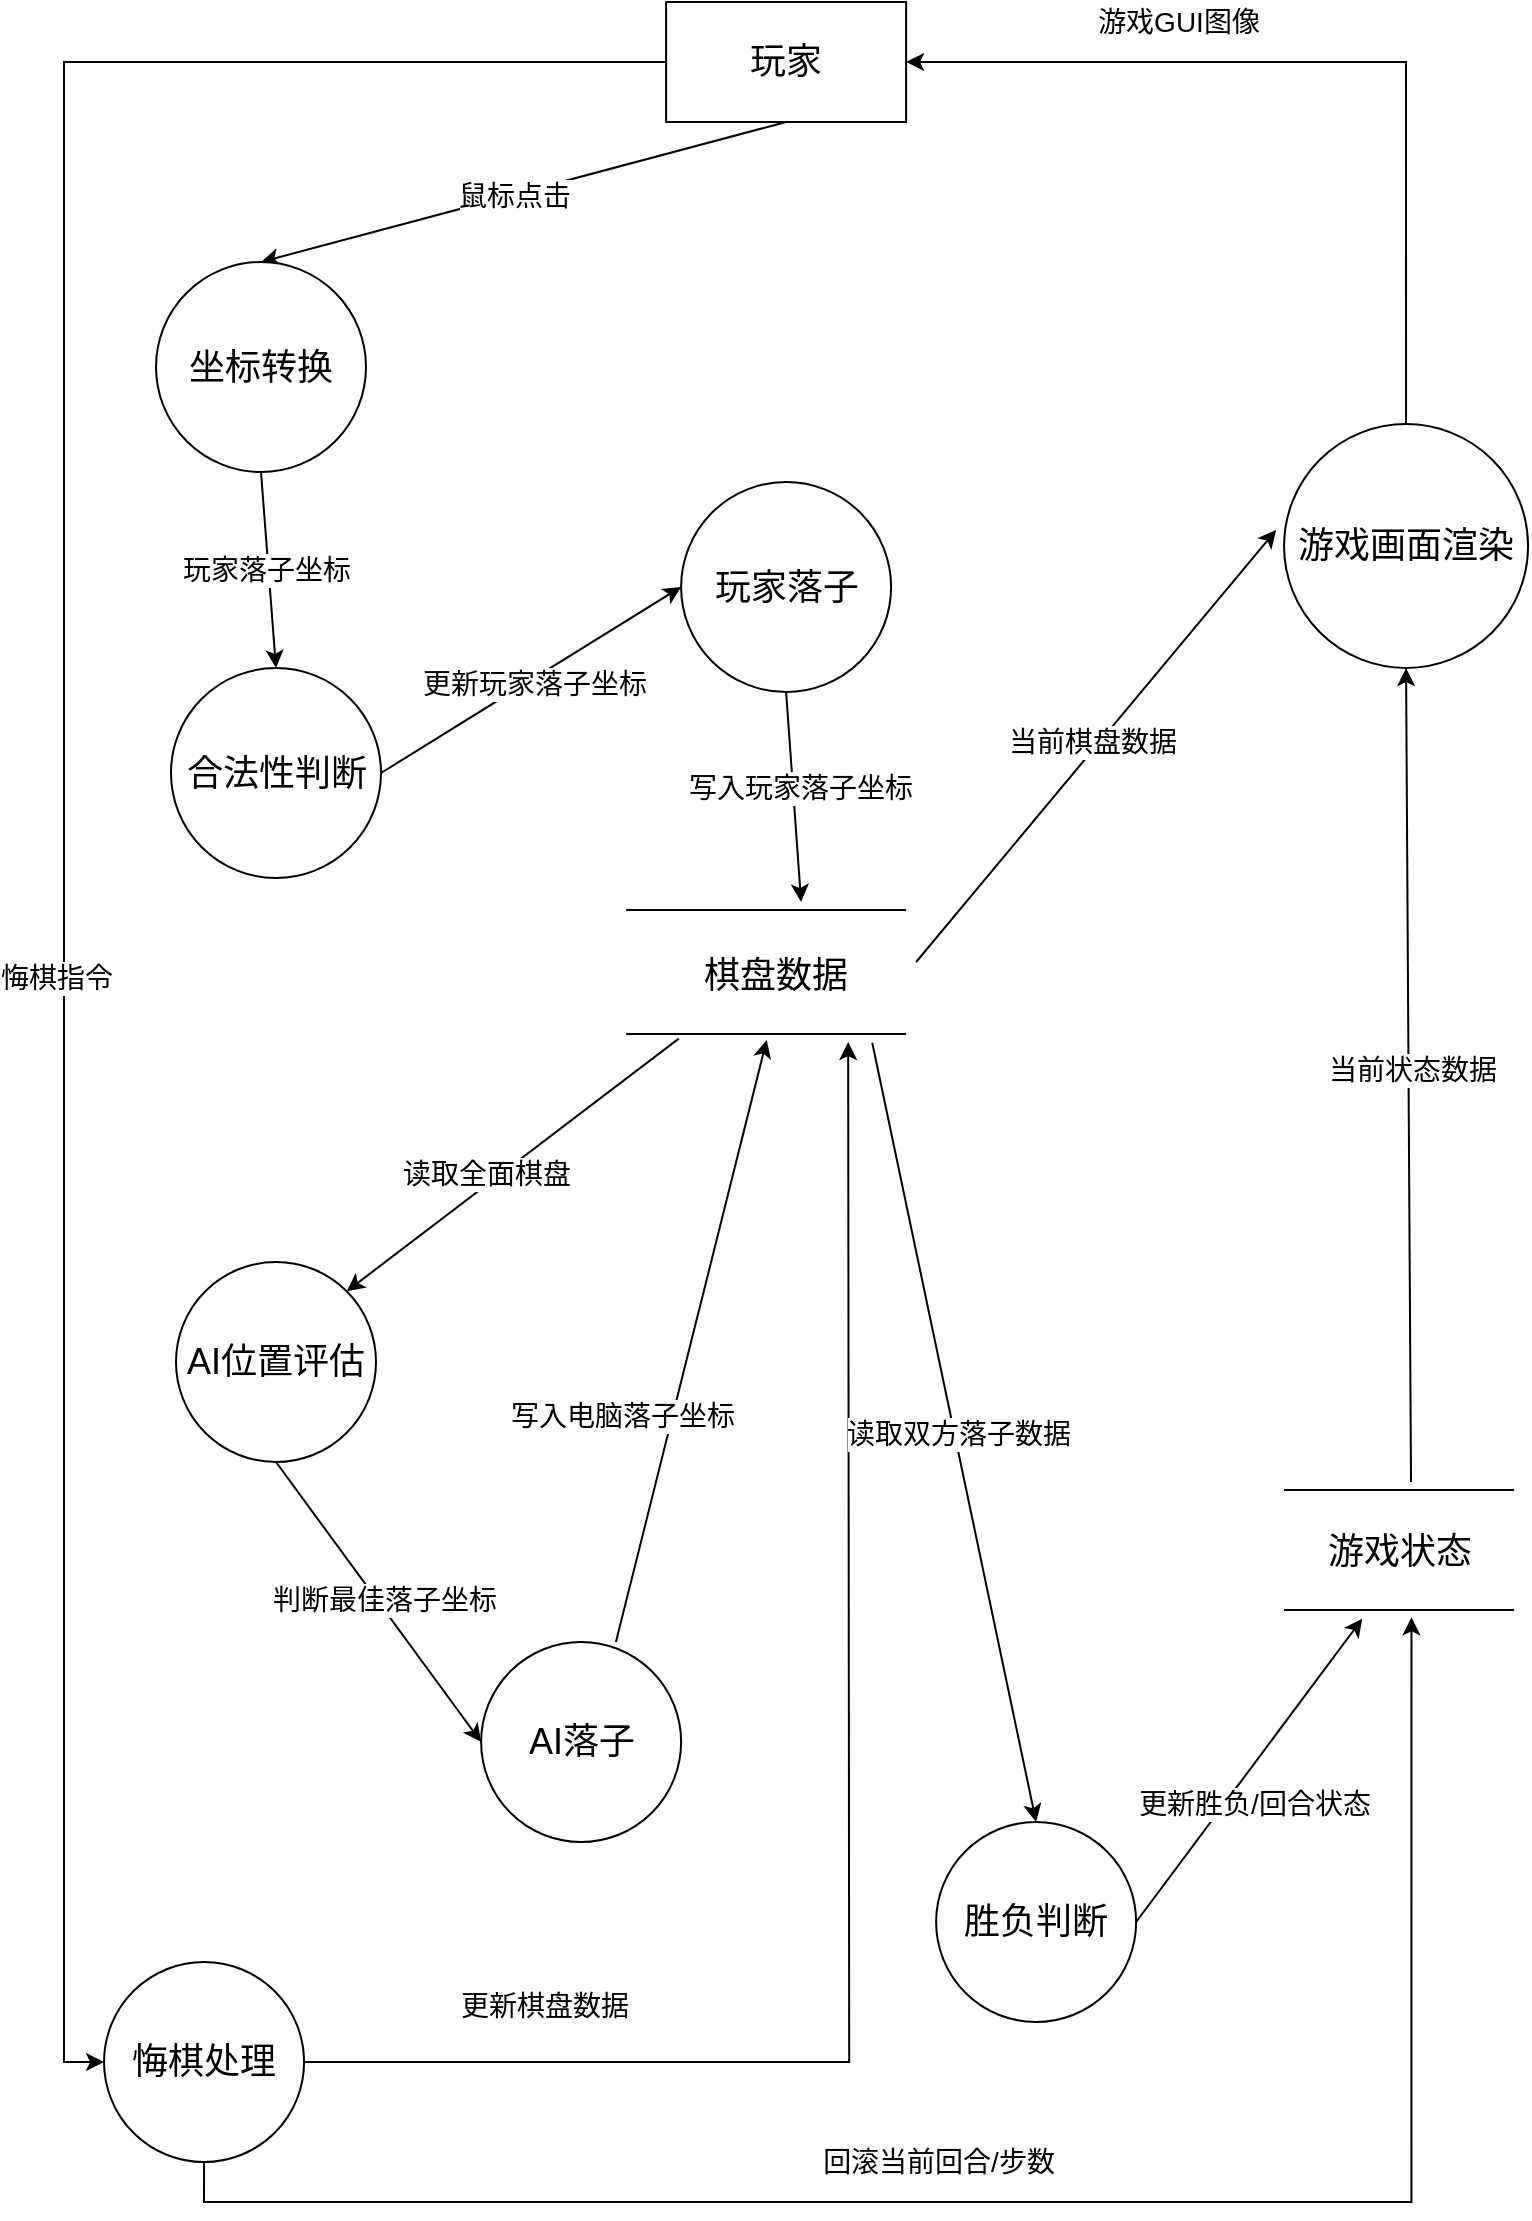
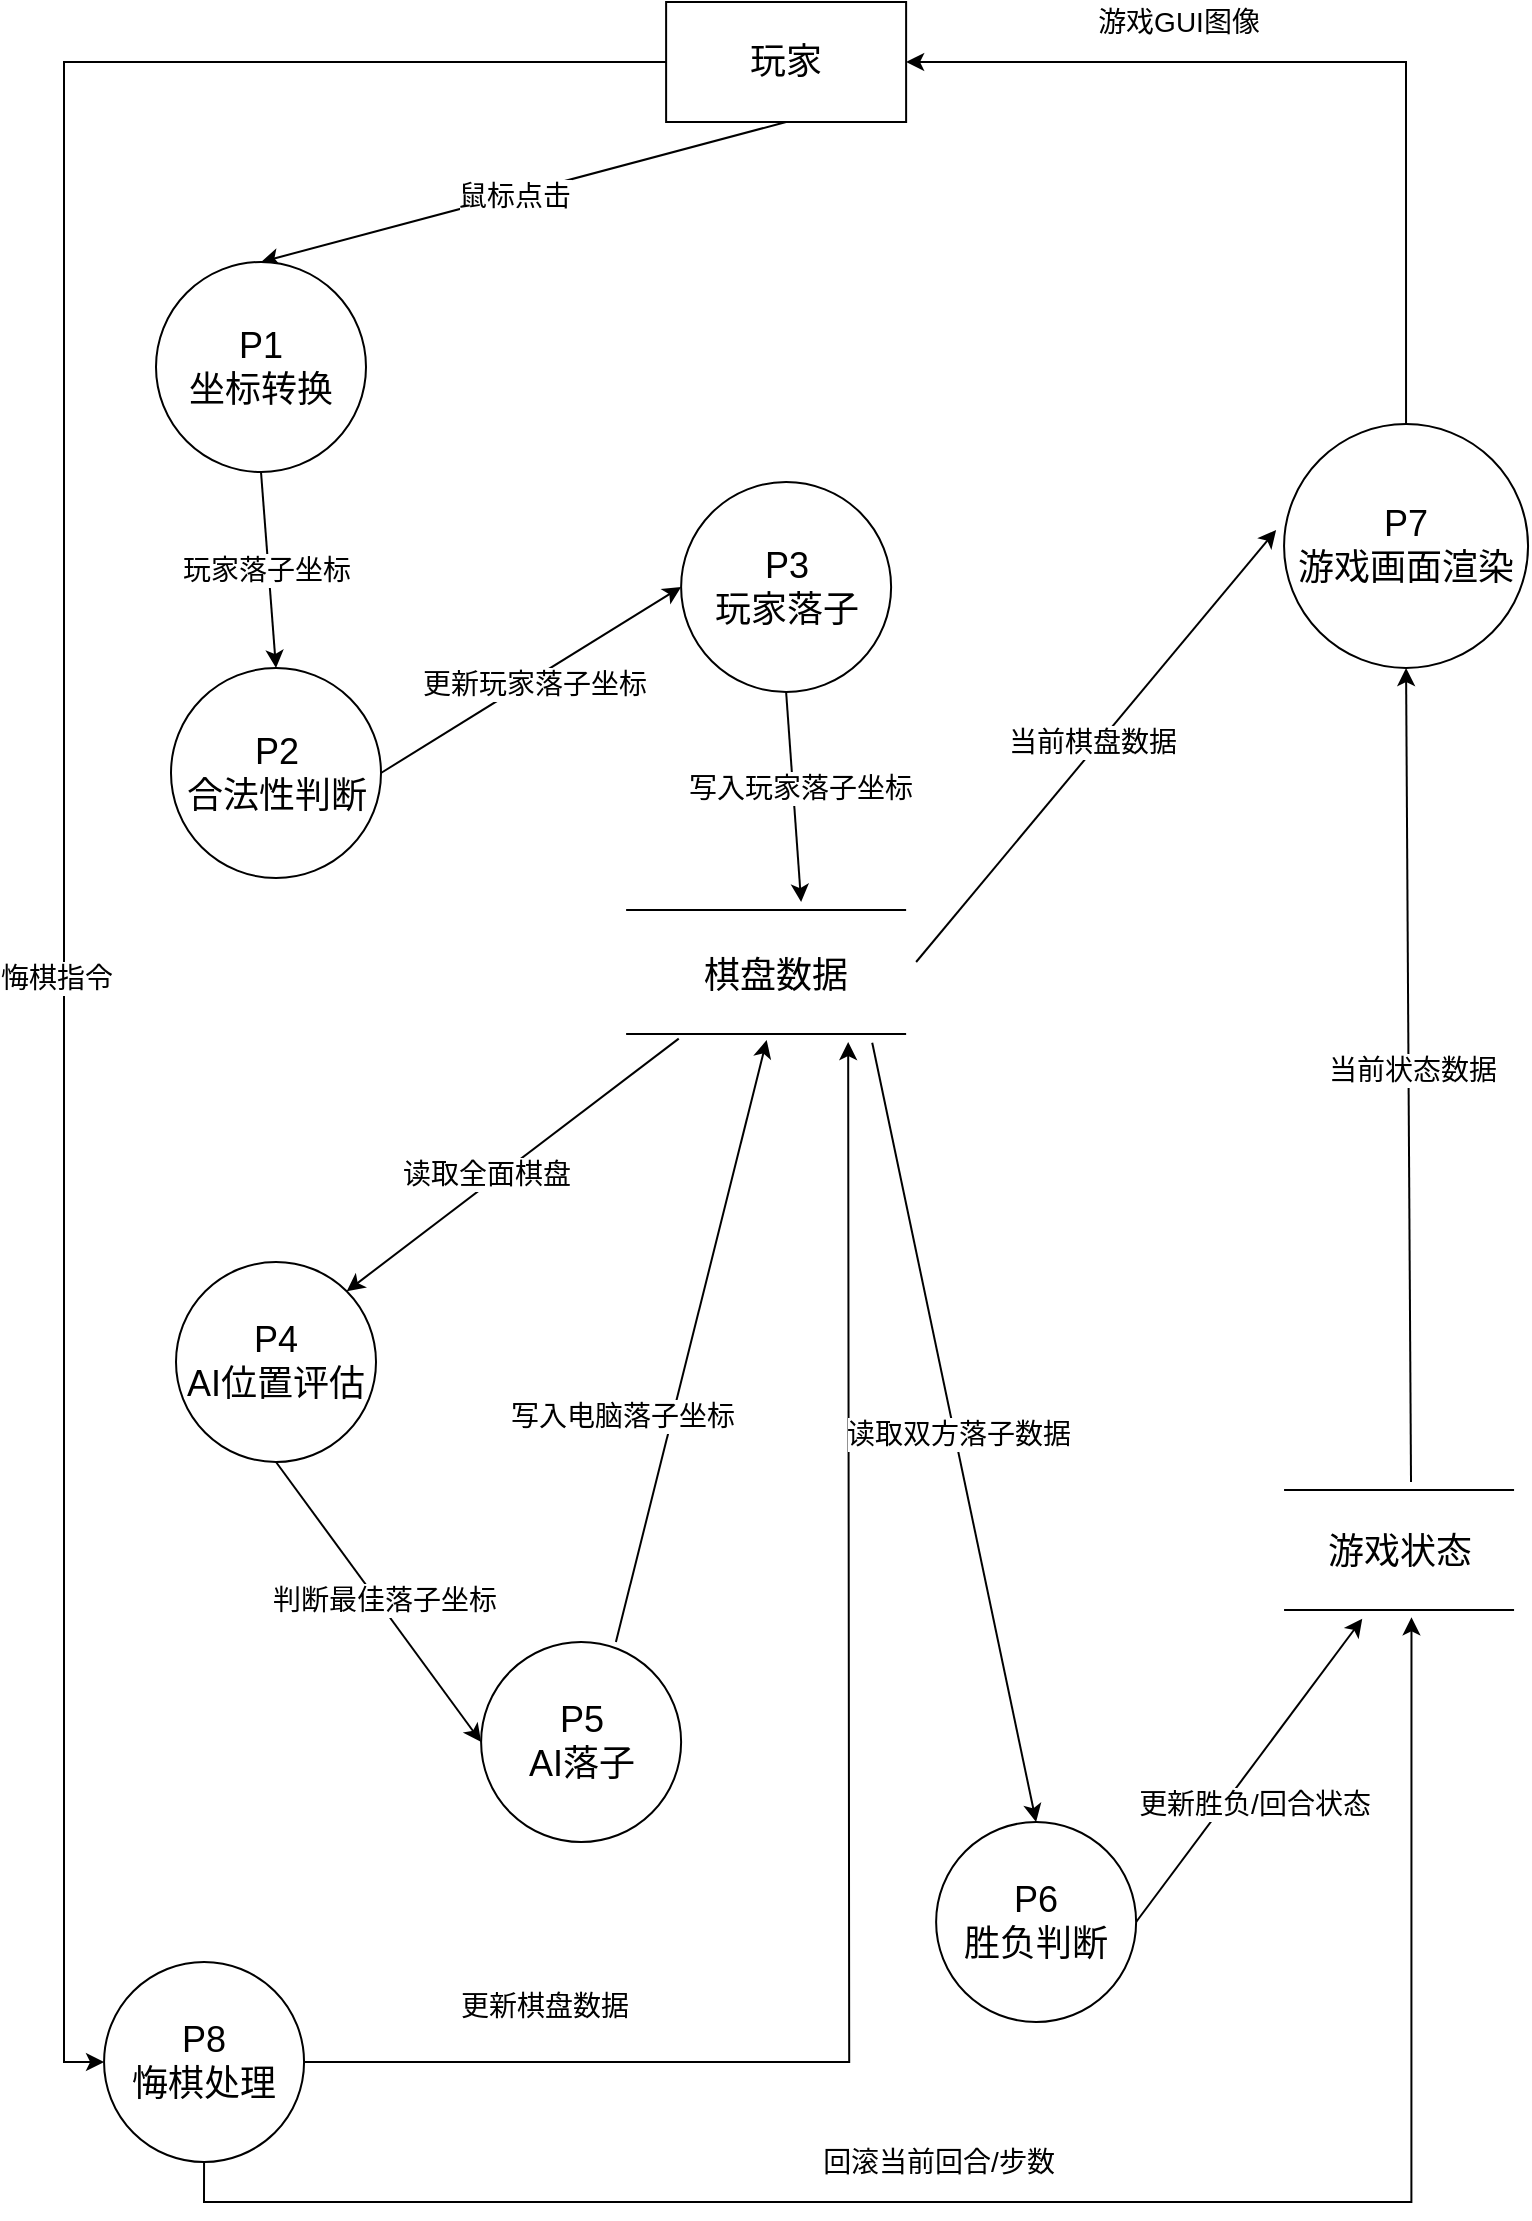
<mxfile host="app.diagrams.net">
  <diagram name="Page-1" id="hryGj0KzSXnJhMcqTr9-">
-     <mxGraphModel dx="1716" dy="1179" grid="1" gridSize="10" guides="1" tooltips="1" connect="1" arrows="1" fold="1" page="1" pageScale="1" pageWidth="827" pageHeight="1169" math="0" shadow="0">
+     <mxGraphModel dx="2054" dy="1198" grid="1" gridSize="10" guides="1" tooltips="1" connect="1" arrows="1" fold="1" page="1" pageScale="1" pageWidth="827" pageHeight="1169" math="0" shadow="0">
      <root>
        <mxCell id="0" />
        <mxCell id="1" parent="0" />
        <mxCell id="fDHwApNMCYBN-XmplwMt-11" edge="1" parent="1" source="fDHwApNMCYBN-XmplwMt-3" style="rounded=0;orthogonalLoop=1;jettySize=auto;html=1;exitX=0.5;exitY=1;exitDx=0;exitDy=0;entryX=0.5;entryY=0;entryDx=0;entryDy=0;" target="SoA14i47H3jGXmkj97EN-22">
          <mxGeometry relative="1" as="geometry">
            <mxPoint x="94.03" y="280" as="targetPoint" />
          </mxGeometry>
        </mxCell>
        <mxCell id="fDHwApNMCYBN-XmplwMt-12" connectable="0" parent="fDHwApNMCYBN-XmplwMt-11" style="edgeLabel;html=1;align=center;verticalAlign=middle;resizable=0;points=[];" value="&lt;font style=&quot;font-size: 14px;&quot;&gt;鼠标点击&lt;/font&gt;" vertex="1">
          <mxGeometry relative="1" x="0.0364" as="geometry">
            <mxPoint as="offset" />
          </mxGeometry>
        </mxCell>
        <mxCell id="SoA14i47H3jGXmkj97EN-53" edge="1" parent="1" source="fDHwApNMCYBN-XmplwMt-3" style="edgeStyle=orthogonalEdgeStyle;rounded=0;orthogonalLoop=1;jettySize=auto;html=1;exitX=0;exitY=0.5;exitDx=0;exitDy=0;entryX=0;entryY=0.5;entryDx=0;entryDy=0;" target="SoA14i47H3jGXmkj97EN-41">
          <mxGeometry relative="1" as="geometry" />
        </mxCell>
        <mxCell id="SoA14i47H3jGXmkj97EN-54" connectable="0" parent="SoA14i47H3jGXmkj97EN-53" style="edgeLabel;html=1;align=center;verticalAlign=middle;resizable=0;points=[];" value="&lt;font style=&quot;font-size: 14px;&quot;&gt;悔棋指令&lt;/font&gt;" vertex="1">
          <mxGeometry relative="1" x="-0.1018" y="-4" as="geometry">
            <mxPoint y="165" as="offset" />
          </mxGeometry>
        </mxCell>
        <mxCell id="fDHwApNMCYBN-XmplwMt-3" parent="1" style="rounded=0;whiteSpace=wrap;html=1;" value="&lt;font style=&quot;font-size: 18px;&quot;&gt;玩家&lt;/font&gt;" vertex="1">
          <mxGeometry height="60" width="120" x="355.05999999999995" y="30" as="geometry" />
        </mxCell>
        <mxCell id="SoA14i47H3jGXmkj97EN-37" edge="1" parent="1" source="SoA14i47H3jGXmkj97EN-64" style="edgeStyle=orthogonalEdgeStyle;rounded=0;orthogonalLoop=1;jettySize=auto;html=1;exitX=0.5;exitY=0;exitDx=0;exitDy=0;entryX=1;entryY=0.5;entryDx=0;entryDy=0;" target="fDHwApNMCYBN-XmplwMt-3">
          <mxGeometry relative="1" as="geometry">
            <mxPoint x="724.0300000000001" y="278" as="sourcePoint" />
            <mxPoint x="724.0300000000002" y="170" as="targetPoint" />
          </mxGeometry>
        </mxCell>
        <mxCell id="SoA14i47H3jGXmkj97EN-38" connectable="0" parent="SoA14i47H3jGXmkj97EN-37" style="edgeLabel;html=1;align=center;verticalAlign=middle;resizable=0;points=[];" value="&lt;font style=&quot;font-size: 14px;&quot;&gt;游戏GUI图像&lt;/font&gt;" vertex="1">
          <mxGeometry relative="1" x="0.0741" as="geometry">
            <mxPoint x="-64" y="-20" as="offset" />
          </mxGeometry>
        </mxCell>
        <mxCell id="SoA14i47H3jGXmkj97EN-14" edge="1" parent="1" source="SoA14i47H3jGXmkj97EN-28" style="endArrow=classic;html=1;rounded=0;exitX=0.188;exitY=0.792;exitDx=0;exitDy=0;exitPerimeter=0;entryX=1;entryY=0;entryDx=0;entryDy=0;" target="SoA14i47H3jGXmkj97EN-23" value="">
          <mxGeometry height="50" relative="1" width="50" as="geometry">
            <mxPoint x="368.4000000000001" y="338.00399999999996" as="sourcePoint" />
            <mxPoint x="178.56" y="450" as="targetPoint" />
          </mxGeometry>
        </mxCell>
        <mxCell id="SoA14i47H3jGXmkj97EN-15" connectable="0" parent="SoA14i47H3jGXmkj97EN-14" style="edgeLabel;html=1;align=center;verticalAlign=middle;resizable=0;points=[];" value="&lt;font style=&quot;font-size: 14px;&quot;&gt;读取全面棋盘&lt;/font&gt;" vertex="1">
          <mxGeometry relative="1" x="-0.1782" as="geometry">
            <mxPoint x="-29" y="16" as="offset" />
          </mxGeometry>
        </mxCell>
        <mxCell id="SoA14i47H3jGXmkj97EN-16" edge="1" parent="1" style="endArrow=classic;html=1;rounded=0;" value="">
          <mxGeometry height="50" relative="1" width="50" as="geometry">
            <mxPoint x="480.06" y="510" as="sourcePoint" />
            <mxPoint x="660.0600000000001" y="294" as="targetPoint" />
          </mxGeometry>
        </mxCell>
        <mxCell id="SoA14i47H3jGXmkj97EN-17" connectable="0" parent="SoA14i47H3jGXmkj97EN-16" style="edgeLabel;html=1;align=center;verticalAlign=middle;resizable=0;points=[];" value="&lt;span style=&quot;font-size: 14px;&quot;&gt;当前棋盘数据&lt;/span&gt;" vertex="1">
          <mxGeometry relative="1" x="0.0202" y="1" as="geometry">
            <mxPoint x="-3" y="1" as="offset" />
          </mxGeometry>
        </mxCell>
        <mxCell id="SoA14i47H3jGXmkj97EN-85" edge="1" parent="1" source="SoA14i47H3jGXmkj97EN-22" style="rounded=0;orthogonalLoop=1;jettySize=auto;html=1;exitX=0.5;exitY=1;exitDx=0;exitDy=0;entryX=0.5;entryY=0;entryDx=0;entryDy=0;" target="SoA14i47H3jGXmkj97EN-84">
          <mxGeometry relative="1" as="geometry" />
        </mxCell>
        <mxCell id="SoA14i47H3jGXmkj97EN-86" connectable="0" parent="SoA14i47H3jGXmkj97EN-85" style="edgeLabel;html=1;align=center;verticalAlign=middle;resizable=0;points=[];" value="&lt;font style=&quot;font-size: 14px;&quot;&gt;玩家落子坐标&lt;/font&gt;" vertex="1">
          <mxGeometry relative="1" x="0.004" y="-2" as="geometry">
            <mxPoint y="-1" as="offset" />
          </mxGeometry>
        </mxCell>
-         <mxCell id="SoA14i47H3jGXmkj97EN-22" parent="1" style="ellipse;whiteSpace=wrap;html=1;aspect=fixed;" value="&lt;font style=&quot;font-size: 18px;&quot;&gt;坐标转换&lt;/font&gt;" vertex="1">
+         <mxCell id="SoA14i47H3jGXmkj97EN-22" parent="1" style="ellipse;whiteSpace=wrap;html=1;aspect=fixed;" value="&lt;font style=&quot;font-size: 18px;&quot;&gt;P1&lt;/font&gt;&lt;div&gt;&lt;font style=&quot;font-size: 18px;&quot;&gt;坐标转换&lt;/font&gt;&lt;/div&gt;" vertex="1">
          <mxGeometry height="105" width="105" x="100" y="160" as="geometry" />
        </mxCell>
-         <mxCell id="SoA14i47H3jGXmkj97EN-23" parent="1" style="ellipse;whiteSpace=wrap;html=1;aspect=fixed;" value="&lt;font style=&quot;font-size: 18px;&quot;&gt;AI位置评估&lt;/font&gt;" vertex="1">
+         <mxCell id="SoA14i47H3jGXmkj97EN-23" parent="1" style="ellipse;whiteSpace=wrap;html=1;aspect=fixed;" value="&lt;font style=&quot;font-size: 18px;&quot;&gt;P4&lt;/font&gt;&lt;div&gt;&lt;font style=&quot;font-size: 18px;&quot;&gt;AI位置评估&lt;/font&gt;&lt;/div&gt;" vertex="1">
          <mxGeometry height="100" width="100" x="110" y="660" as="geometry" />
        </mxCell>
-         <mxCell id="SoA14i47H3jGXmkj97EN-24" parent="1" style="ellipse;whiteSpace=wrap;html=1;aspect=fixed;" value="&lt;font style=&quot;font-size: 18px;&quot;&gt;AI落子&lt;/font&gt;" vertex="1">
+         <mxCell id="SoA14i47H3jGXmkj97EN-24" parent="1" style="ellipse;whiteSpace=wrap;html=1;aspect=fixed;" value="&lt;font style=&quot;font-size: 18px;&quot;&gt;P5&lt;/font&gt;&lt;div&gt;&lt;font style=&quot;font-size: 18px;&quot;&gt;AI落子&lt;/font&gt;&lt;/div&gt;" vertex="1">
          <mxGeometry height="100" width="100" x="262.56" y="850" as="geometry" />
        </mxCell>
        <mxCell id="SoA14i47H3jGXmkj97EN-60" edge="1" parent="1" source="SoA14i47H3jGXmkj97EN-25" style="rounded=0;orthogonalLoop=1;jettySize=auto;html=1;exitX=1;exitY=0.5;exitDx=0;exitDy=0;entryX=0.34;entryY=1.051;entryDx=0;entryDy=0;entryPerimeter=0;" target="SoA14i47H3jGXmkj97EN-50">
          <mxGeometry relative="1" as="geometry">
            <mxPoint x="700.0600000000001" y="710" as="targetPoint" />
          </mxGeometry>
        </mxCell>
        <mxCell id="SoA14i47H3jGXmkj97EN-61" connectable="0" parent="SoA14i47H3jGXmkj97EN-60" style="edgeLabel;html=1;align=center;verticalAlign=middle;resizable=0;points=[];" value="&lt;font style=&quot;font-size: 14px;&quot;&gt;更新胜负/回合状态&lt;/font&gt;" vertex="1">
          <mxGeometry relative="1" x="-0.1486" y="-2" as="geometry">
            <mxPoint x="9" y="4" as="offset" />
          </mxGeometry>
        </mxCell>
-         <mxCell id="SoA14i47H3jGXmkj97EN-25" parent="1" style="ellipse;whiteSpace=wrap;html=1;aspect=fixed;" value="&lt;font style=&quot;font-size: 18px;&quot;&gt;胜负判断&lt;/font&gt;" vertex="1">
+         <mxCell id="SoA14i47H3jGXmkj97EN-25" parent="1" style="ellipse;whiteSpace=wrap;html=1;aspect=fixed;" value="&lt;font style=&quot;font-size: 18px;&quot;&gt;P6&lt;/font&gt;&lt;div&gt;&lt;font style=&quot;font-size: 18px;&quot;&gt;胜负判断&lt;/font&gt;&lt;/div&gt;" vertex="1">
          <mxGeometry height="100" width="100" x="490.06" y="940" as="geometry" />
        </mxCell>
        <mxCell id="SoA14i47H3jGXmkj97EN-27" parent="1" style="line;strokeWidth=1;fillColor=none;align=left;verticalAlign=middle;spacingTop=-1;spacingLeft=3;spacingRight=3;rotatable=0;labelPosition=right;points=[];portConstraint=eastwest;strokeColor=inherit;" value="" vertex="1">
          <mxGeometry height="8" width="140" x="335.06" y="480" as="geometry" />
        </mxCell>
        <mxCell id="SoA14i47H3jGXmkj97EN-28" parent="1" style="line;strokeWidth=1;fillColor=none;align=left;verticalAlign=middle;spacingTop=-1;spacingLeft=3;spacingRight=3;rotatable=0;labelPosition=right;points=[];portConstraint=eastwest;strokeColor=inherit;" value="" vertex="1">
          <mxGeometry height="8" width="140" x="335.06" y="542" as="geometry" />
        </mxCell>
        <mxCell id="SoA14i47H3jGXmkj97EN-29" parent="1" style="text;html=1;whiteSpace=wrap;strokeColor=none;fillColor=none;align=center;verticalAlign=middle;rounded=0;" value="&lt;font style=&quot;font-size: 18px;&quot;&gt;棋盘数据&lt;/font&gt;" vertex="1">
          <mxGeometry height="30" width="110" x="355.06" y="502" as="geometry" />
        </mxCell>
        <mxCell id="SoA14i47H3jGXmkj97EN-31" edge="1" parent="1" source="SoA14i47H3jGXmkj97EN-23" style="endArrow=classic;html=1;rounded=0;entryX=0;entryY=0.5;entryDx=0;entryDy=0;exitX=0.5;exitY=1;exitDx=0;exitDy=0;" target="SoA14i47H3jGXmkj97EN-24" value="">
          <mxGeometry height="50" relative="1" width="50" as="geometry">
            <mxPoint x="451.96299999999997" y="390" as="sourcePoint" />
            <mxPoint x="189.63999999999993" y="640.336" as="targetPoint" />
          </mxGeometry>
        </mxCell>
        <mxCell id="SoA14i47H3jGXmkj97EN-71" connectable="0" parent="SoA14i47H3jGXmkj97EN-31" style="edgeLabel;html=1;align=center;verticalAlign=middle;resizable=0;points=[];" value="&lt;font style=&quot;font-size: 14px;&quot;&gt;判断最佳落子坐标&lt;/font&gt;" vertex="1">
          <mxGeometry relative="1" x="0.0182" y="2" as="geometry">
            <mxPoint y="-1" as="offset" />
          </mxGeometry>
        </mxCell>
        <mxCell id="SoA14i47H3jGXmkj97EN-35" edge="1" parent="1" source="SoA14i47H3jGXmkj97EN-24" style="rounded=0;orthogonalLoop=1;jettySize=auto;html=1;exitX=0.674;exitY=0;exitDx=0;exitDy=0;entryX=0.502;entryY=0.875;entryDx=0;entryDy=0;entryPerimeter=0;exitPerimeter=0;" target="SoA14i47H3jGXmkj97EN-28">
          <mxGeometry relative="1" as="geometry" />
        </mxCell>
        <mxCell id="SoA14i47H3jGXmkj97EN-36" connectable="0" parent="SoA14i47H3jGXmkj97EN-35" style="edgeLabel;html=1;align=center;verticalAlign=middle;resizable=0;points=[];" value="&lt;span style=&quot;font-size: 14px;&quot;&gt;写入电脑落子坐标&lt;/span&gt;" vertex="1">
          <mxGeometry relative="1" x="-0.0044" y="1" as="geometry">
            <mxPoint x="-34" y="37" as="offset" />
          </mxGeometry>
        </mxCell>
        <mxCell id="SoA14i47H3jGXmkj97EN-55" edge="1" parent="1" source="SoA14i47H3jGXmkj97EN-41" style="edgeStyle=orthogonalEdgeStyle;rounded=0;orthogonalLoop=1;jettySize=auto;html=1;exitX=1;exitY=0.5;exitDx=0;exitDy=0;entryX=0.75;entryY=1;entryDx=0;entryDy=0;entryPerimeter=0;">
          <mxGeometry relative="1" as="geometry">
            <mxPoint x="180.06000000000003" y="1060" as="sourcePoint" />
            <mxPoint x="446.09" y="550" as="targetPoint" />
          </mxGeometry>
        </mxCell>
        <mxCell id="SoA14i47H3jGXmkj97EN-57" connectable="0" parent="SoA14i47H3jGXmkj97EN-55" style="edgeLabel;html=1;align=center;verticalAlign=middle;resizable=0;points=[];" value="&lt;font style=&quot;font-size: 14px;&quot;&gt;更新棋盘数据&lt;/font&gt;" vertex="1">
          <mxGeometry relative="1" x="-0.6914" y="3" as="geometry">
            <mxPoint x="-1" y="-25" as="offset" />
          </mxGeometry>
        </mxCell>
-         <mxCell id="SoA14i47H3jGXmkj97EN-41" parent="1" style="ellipse;whiteSpace=wrap;html=1;aspect=fixed;" value="&lt;font style=&quot;font-size: 18px;&quot;&gt;悔棋处理&lt;/font&gt;" vertex="1">
+         <mxCell id="SoA14i47H3jGXmkj97EN-41" parent="1" style="ellipse;whiteSpace=wrap;html=1;aspect=fixed;" value="&lt;font style=&quot;font-size: 18px;&quot;&gt;P8&lt;/font&gt;&lt;div&gt;&lt;font style=&quot;font-size: 18px;&quot;&gt;悔棋处理&lt;/font&gt;&lt;/div&gt;" vertex="1">
          <mxGeometry height="100" width="100" x="74.03" y="1010" as="geometry" />
        </mxCell>
        <mxCell id="SoA14i47H3jGXmkj97EN-49" parent="1" style="line;strokeWidth=1;fillColor=none;align=left;verticalAlign=middle;spacingTop=-1;spacingLeft=3;spacingRight=3;rotatable=0;labelPosition=right;points=[];portConstraint=eastwest;strokeColor=inherit;" value="" vertex="1">
          <mxGeometry height="8" width="115" x="664.0300000000001" y="770" as="geometry" />
        </mxCell>
        <mxCell id="SoA14i47H3jGXmkj97EN-50" parent="1" style="line;strokeWidth=1;fillColor=none;align=left;verticalAlign=middle;spacingTop=-1;spacingLeft=3;spacingRight=3;rotatable=0;labelPosition=right;points=[];portConstraint=eastwest;strokeColor=inherit;" value="" vertex="1">
          <mxGeometry height="8" width="115" x="664.0300000000001" y="830" as="geometry" />
        </mxCell>
        <mxCell id="SoA14i47H3jGXmkj97EN-51" parent="1" style="text;html=1;whiteSpace=wrap;strokeColor=none;fillColor=none;align=center;verticalAlign=middle;rounded=0;" value="&lt;span style=&quot;font-size: 18px;&quot;&gt;游戏状态&lt;/span&gt;" vertex="1">
          <mxGeometry height="30" width="110" x="666.5300000000001" y="790" as="geometry" />
        </mxCell>
        <mxCell id="SoA14i47H3jGXmkj97EN-65" edge="1" parent="1" source="SoA14i47H3jGXmkj97EN-28" style="endArrow=classic;html=1;rounded=0;exitX=0.879;exitY=1.042;exitDx=0;exitDy=0;exitPerimeter=0;entryX=0.5;entryY=0;entryDx=0;entryDy=0;" target="SoA14i47H3jGXmkj97EN-25" value="">
          <mxGeometry height="50" relative="1" width="50" as="geometry">
            <mxPoint x="610.0600000000001" y="570" as="sourcePoint" />
            <mxPoint x="540" y="930" as="targetPoint" />
          </mxGeometry>
        </mxCell>
        <mxCell id="SoA14i47H3jGXmkj97EN-81" connectable="0" parent="SoA14i47H3jGXmkj97EN-65" style="edgeLabel;html=1;align=center;verticalAlign=middle;resizable=0;points=[];" value="&lt;font style=&quot;font-size: 14px;&quot;&gt;读取双方落子数据&lt;/font&gt;" vertex="1">
          <mxGeometry relative="1" x="0.0041" y="2" as="geometry">
            <mxPoint as="offset" />
          </mxGeometry>
        </mxCell>
        <mxCell id="SoA14i47H3jGXmkj97EN-66" edge="1" parent="1" source="SoA14i47H3jGXmkj97EN-41" style="edgeStyle=orthogonalEdgeStyle;rounded=0;orthogonalLoop=1;jettySize=auto;html=1;exitX=0.5;exitY=1;exitDx=0;exitDy=0;entryX=0.554;entryY=0.958;entryDx=0;entryDy=0;entryPerimeter=0;" target="SoA14i47H3jGXmkj97EN-50">
          <mxGeometry relative="1" as="geometry" />
        </mxCell>
        <mxCell id="SoA14i47H3jGXmkj97EN-68" connectable="0" parent="SoA14i47H3jGXmkj97EN-66" style="edgeLabel;html=1;align=center;verticalAlign=middle;resizable=0;points=[];" value="&lt;font style=&quot;font-size: 14px;&quot;&gt;回滚当前回合/步数&lt;/font&gt;" vertex="1">
          <mxGeometry relative="1" x="-0.156" y="-3" as="geometry">
            <mxPoint y="-23" as="offset" />
          </mxGeometry>
        </mxCell>
        <mxCell id="SoA14i47H3jGXmkj97EN-67" edge="1" parent="1" source="SoA14i47H3jGXmkj97EN-49" style="endArrow=classic;html=1;rounded=0;exitX=0.552;exitY=0;exitDx=0;exitDy=0;exitPerimeter=0;entryX=0.5;entryY=1;entryDx=0;entryDy=0;" target="SoA14i47H3jGXmkj97EN-64" value="">
          <mxGeometry height="50" relative="1" width="50" as="geometry">
            <mxPoint x="663.0300000000001" y="530" as="sourcePoint" />
            <mxPoint x="713.0300000000001" y="480" as="targetPoint" />
          </mxGeometry>
        </mxCell>
        <mxCell id="SoA14i47H3jGXmkj97EN-83" connectable="0" parent="SoA14i47H3jGXmkj97EN-67" style="edgeLabel;html=1;align=center;verticalAlign=middle;resizable=0;points=[];" value="&lt;font style=&quot;font-size: 14px;&quot;&gt;当前状态数据&lt;/font&gt;" vertex="1">
          <mxGeometry relative="1" x="0.0127" y="-1" as="geometry">
            <mxPoint as="offset" />
          </mxGeometry>
        </mxCell>
-         <mxCell id="SoA14i47H3jGXmkj97EN-64" parent="1" style="ellipse;whiteSpace=wrap;html=1;aspect=fixed;" value="&lt;font style=&quot;font-size: 18px;&quot;&gt;游戏画面渲染&lt;/font&gt;" vertex="1">
+         <mxCell id="SoA14i47H3jGXmkj97EN-64" parent="1" style="ellipse;whiteSpace=wrap;html=1;aspect=fixed;" value="&lt;font style=&quot;font-size: 18px;&quot;&gt;P7&lt;/font&gt;&lt;div&gt;&lt;font style=&quot;font-size: 18px;&quot;&gt;游戏画面渲染&lt;/font&gt;&lt;/div&gt;" vertex="1">
          <mxGeometry height="122" width="122" x="664.0300000000001" y="241" as="geometry" />
        </mxCell>
-         <mxCell id="SoA14i47H3jGXmkj97EN-74" parent="1" style="ellipse;whiteSpace=wrap;html=1;aspect=fixed;" value="&lt;font style=&quot;font-size: 18px;&quot;&gt;玩家落子&lt;/font&gt;" vertex="1">
+         <mxCell id="SoA14i47H3jGXmkj97EN-74" parent="1" style="ellipse;whiteSpace=wrap;html=1;aspect=fixed;" value="&lt;font style=&quot;font-size: 18px;&quot;&gt;P3&lt;/font&gt;&lt;div&gt;&lt;font style=&quot;font-size: 18px;&quot;&gt;玩家落子&lt;/font&gt;&lt;/div&gt;" vertex="1">
          <mxGeometry height="105" width="105" x="362.56" y="270" as="geometry" />
        </mxCell>
        <mxCell id="SoA14i47H3jGXmkj97EN-78" edge="1" parent="1" source="SoA14i47H3jGXmkj97EN-74" style="rounded=0;orthogonalLoop=1;jettySize=auto;html=1;exitX=0.5;exitY=1;exitDx=0;exitDy=0;entryX=0.625;entryY=0;entryDx=0;entryDy=0;entryPerimeter=0;" target="SoA14i47H3jGXmkj97EN-27">
          <mxGeometry relative="1" as="geometry">
            <mxPoint x="430.06" y="360" as="targetPoint" />
          </mxGeometry>
        </mxCell>
        <mxCell id="SoA14i47H3jGXmkj97EN-80" connectable="0" parent="SoA14i47H3jGXmkj97EN-78" style="edgeLabel;html=1;align=center;verticalAlign=middle;resizable=0;points=[];" value="&lt;font style=&quot;font-size: 14px;&quot;&gt;写入玩家落子坐标&lt;/font&gt;" vertex="1">
          <mxGeometry relative="1" x="-0.0903" y="3" as="geometry">
            <mxPoint as="offset" />
          </mxGeometry>
        </mxCell>
        <mxCell id="SoA14i47H3jGXmkj97EN-87" edge="1" parent="1" source="SoA14i47H3jGXmkj97EN-84" style="rounded=0;orthogonalLoop=1;jettySize=auto;html=1;exitX=1;exitY=0.5;exitDx=0;exitDy=0;entryX=0;entryY=0.5;entryDx=0;entryDy=0;" target="SoA14i47H3jGXmkj97EN-74">
          <mxGeometry relative="1" as="geometry" />
        </mxCell>
        <mxCell id="SoA14i47H3jGXmkj97EN-88" connectable="0" parent="SoA14i47H3jGXmkj97EN-87" style="edgeLabel;html=1;align=center;verticalAlign=middle;resizable=0;points=[];" value="&lt;font style=&quot;font-size: 14px;&quot;&gt;更新玩家落子坐标&lt;/font&gt;" vertex="1">
          <mxGeometry relative="1" x="0.0028" y="-2" as="geometry">
            <mxPoint as="offset" />
          </mxGeometry>
        </mxCell>
-         <mxCell id="SoA14i47H3jGXmkj97EN-84" parent="1" style="ellipse;whiteSpace=wrap;html=1;aspect=fixed;" value="&lt;span style=&quot;font-size: 18px;&quot;&gt;合法性判断&lt;/span&gt;" vertex="1">
+         <mxCell id="SoA14i47H3jGXmkj97EN-84" parent="1" style="ellipse;whiteSpace=wrap;html=1;aspect=fixed;" value="&lt;span style=&quot;font-size: 18px;&quot;&gt;P2&lt;/span&gt;&lt;div&gt;&lt;span style=&quot;font-size: 18px;&quot;&gt;合法性判断&lt;/span&gt;&lt;/div&gt;" vertex="1">
          <mxGeometry height="105" width="105" x="107.5" y="363" as="geometry" />
        </mxCell>
      </root>
    </mxGraphModel>
  </diagram>
</mxfile>
